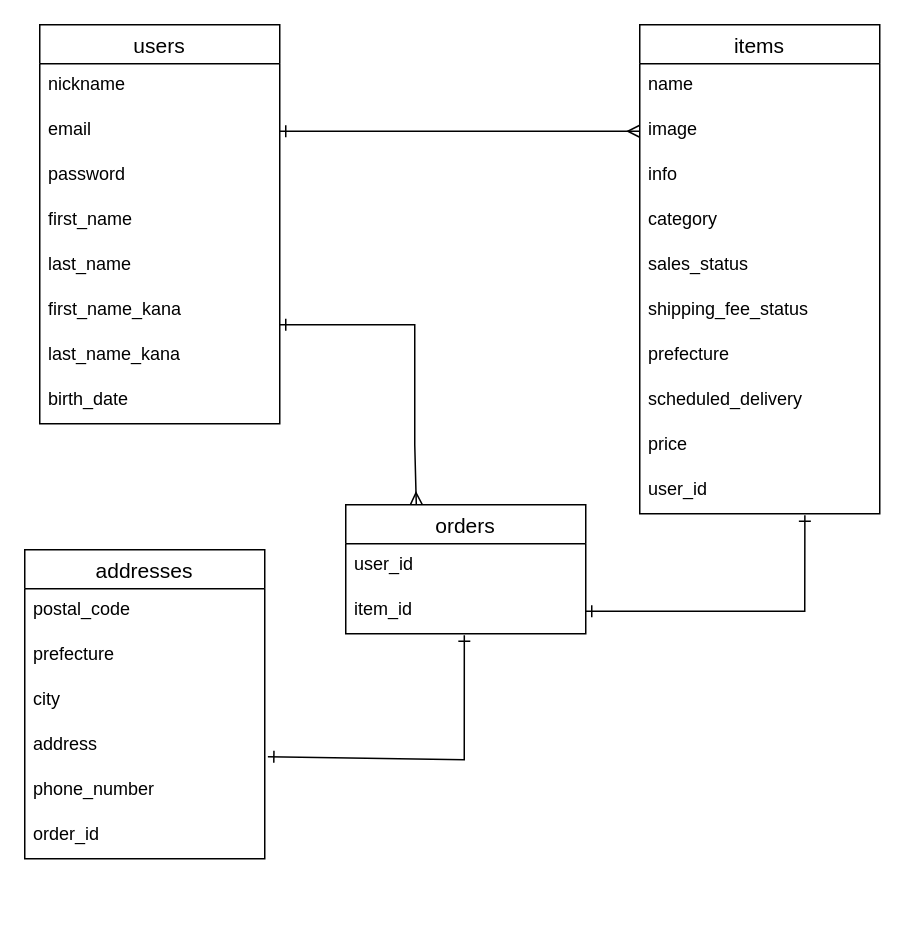
masaki0102/furima-31503 keeps this draw.io diagram as database.dio. Above is the earlier version. Source tidied: cells renumbered, new cells numbered last; positions are measured from the earlier drawing's top-left corner, leaving out a move shared by most shapes. Both pictures are drawn from the tidied source at 150%, with x=0, y=0 at pixel (24, 24).
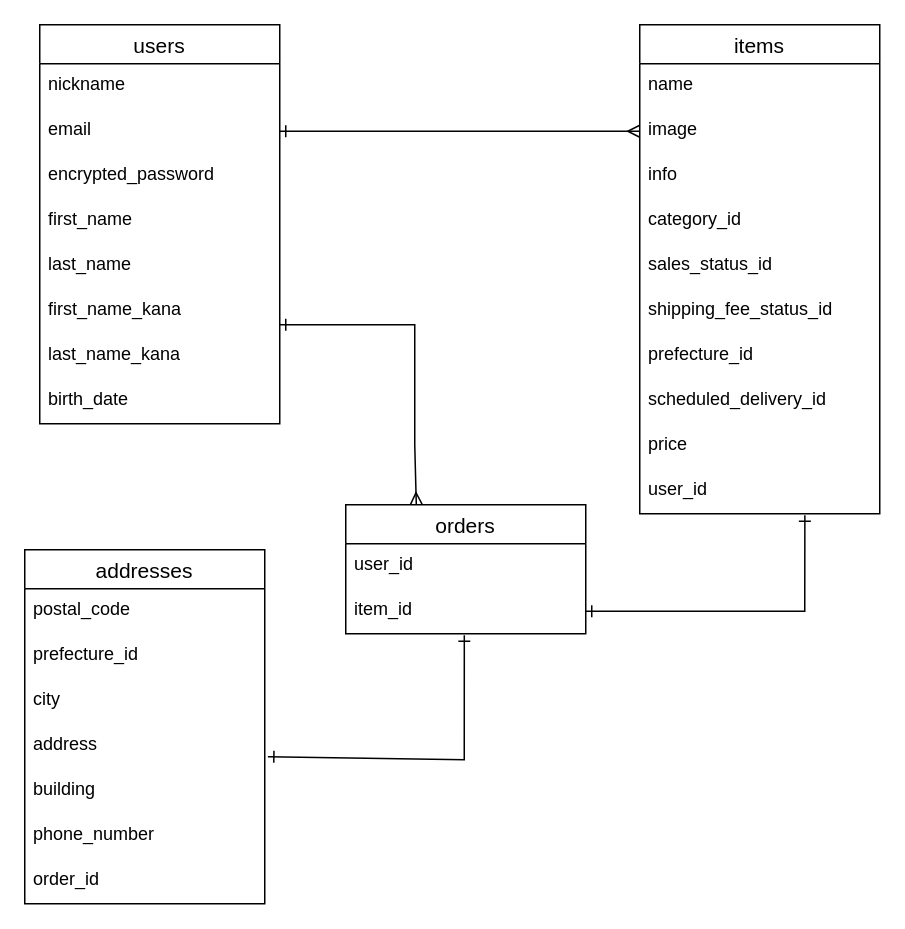
After the change.

Commit message (it also covers changes not shown here):
ER図とREADMEの修正

Unchanged cells that the change refers to:
```xml
<mxCell id="5" value="users" style="swimlane;fontStyle=0;horizontal=1;startSize=26;align=center;fontSize=14;" parent="1" vertex="1">
  <mxGeometry x="10" width="160" height="266" as="geometry" />
</mxCell>
<mxCell id="14" value="items" style="swimlane;fontStyle=0;horizontal=1;startSize=26;align=center;fontSize=14;" parent="1" vertex="1">
  <mxGeometry x="410" width="160" height="326" as="geometry" />
</mxCell>
```

The edit, as a diff of the source:
```diff
@@
-    <mxCell id="8" value="password" style="text;strokeColor=none;fillColor=none;spacingLeft=4;spacingRight=4;overflow=hidden;fontSize=12;" parent="5" vertex="1">
+    <mxCell id="8" value="encrypted_password" style="text;strokeColor=none;fillColor=none;spacingLeft=4;spacingRight=4;overflow=hidden;fontSize=12;" parent="5" vertex="1">
       <mxGeometry y="86" width="160" height="30" as="geometry" />
     </mxCell>
@@
-    <mxCell id="18" value="category" style="text;strokeColor=none;fillColor=none;spacingLeft=4;spacingRight=4;overflow=hidden;fontSize=12;" parent="14" vertex="1">
+    <mxCell id="18" value="category_id" style="text;strokeColor=none;fillColor=none;spacingLeft=4;spacingRight=4;overflow=hidden;fontSize=12;" parent="14" vertex="1">
       <mxGeometry y="116" width="160" height="30" as="geometry" />
     </mxCell>
-    <mxCell id="19" value="sales_status" style="text;strokeColor=none;fillColor=none;spacingLeft=4;spacingRight=4;overflow=hidden;fontSize=12;" parent="14" vertex="1">
+    <mxCell id="19" value="sales_status_id" style="text;strokeColor=none;fillColor=none;spacingLeft=4;spacingRight=4;overflow=hidden;fontSize=12;" parent="14" vertex="1">
       <mxGeometry y="146" width="160" height="30" as="geometry" />
     </mxCell>
-    <mxCell id="20" value="shipping_fee_status" style="text;strokeColor=none;fillColor=none;spacingLeft=4;spacingRight=4;overflow=hidden;fontSize=12;" parent="14" vertex="1">
+    <mxCell id="20" value="shipping_fee_status_id" style="text;strokeColor=none;fillColor=none;spacingLeft=4;spacingRight=4;overflow=hidden;fontSize=12;" parent="14" vertex="1">
       <mxGeometry y="176" width="160" height="30" as="geometry" />
     </mxCell>
-    <mxCell id="21" value="prefecture" style="text;strokeColor=none;fillColor=none;spacingLeft=4;spacingRight=4;overflow=hidden;fontSize=12;" parent="14" vertex="1">
+    <mxCell id="21" value="prefecture_id" style="text;strokeColor=none;fillColor=none;spacingLeft=4;spacingRight=4;overflow=hidden;fontSize=12;" parent="14" vertex="1">
       <mxGeometry y="206" width="160" height="30" as="geometry" />
     </mxCell>
-    <mxCell id="22" value="scheduled_delivery" style="text;strokeColor=none;fillColor=none;spacingLeft=4;spacingRight=4;overflow=hidden;fontSize=12;" parent="14" vertex="1">
+    <mxCell id="22" value="scheduled_delivery_id" style="text;strokeColor=none;fillColor=none;spacingLeft=4;spacingRight=4;overflow=hidden;fontSize=12;" parent="14" vertex="1">
       <mxGeometry y="236" width="160" height="30" as="geometry" />
     </mxCell>
@@
     <mxCell id="28" value="addresses" style="swimlane;fontStyle=0;horizontal=1;startSize=26;align=center;fontSize=14;" parent="1" vertex="1">
-      <mxGeometry y="350" width="160" height="206" as="geometry" />
+      <mxGeometry y="350" width="160" height="236" as="geometry" />
     </mxCell>
@@
-    <mxCell id="30" value="prefecture" style="text;strokeColor=none;fillColor=none;spacingLeft=4;spacingRight=4;overflow=hidden;fontSize=12;" parent="28" vertex="1">
+    <mxCell id="30" value="prefecture_id" style="text;strokeColor=none;fillColor=none;spacingLeft=4;spacingRight=4;overflow=hidden;fontSize=12;" parent="28" vertex="1">
       <mxGeometry y="56" width="160" height="30" as="geometry" />
     </mxCell>
@@
+    <mxCell id="36" value="building" style="text;strokeColor=none;fillColor=none;spacingLeft=4;spacingRight=4;overflow=hidden;fontSize=12;" parent="28" vertex="1">
+      <mxGeometry y="146" width="160" height="30" as="geometry" />
+    </mxCell>
     <mxCell id="33" value="phone_number" style="text;strokeColor=none;fillColor=none;spacingLeft=4;spacingRight=4;overflow=hidden;fontSize=12;" parent="28" vertex="1">
-      <mxGeometry y="146" width="160" height="30" as="geometry" />
+      <mxGeometry y="176" width="160" height="30" as="geometry" />
     </mxCell>
     <mxCell id="34" value="order_id" style="text;strokeColor=none;fillColor=none;spacingLeft=4;spacingRight=4;overflow=hidden;fontSize=12;" parent="28" vertex="1">
-      <mxGeometry y="176" width="160" height="30" as="geometry" />
+      <mxGeometry y="206" width="160" height="30" as="geometry" />
     </mxCell>
```
